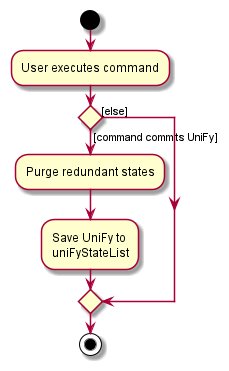
nus-cs2103-AY2122S1/tp keeps this PlantUML diagram as docs/images/CommitActivityDiagram.png. Above is the earlier version.
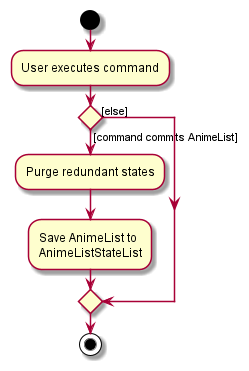
The same file after the commit.

What changed in the source:
```diff
@@ -3,10 +3,10 @@
 :User executes command;
 
 
-if () then ([command commits UniFy])
+if () then ([command commits AnimeList])
     :Purge redundant states;
-    :Save UniFy to
-    uniFyStateList;
+    :Save AnimeList to
+    AnimeListStateList;
 else ([else])
 endif
 stop
```
